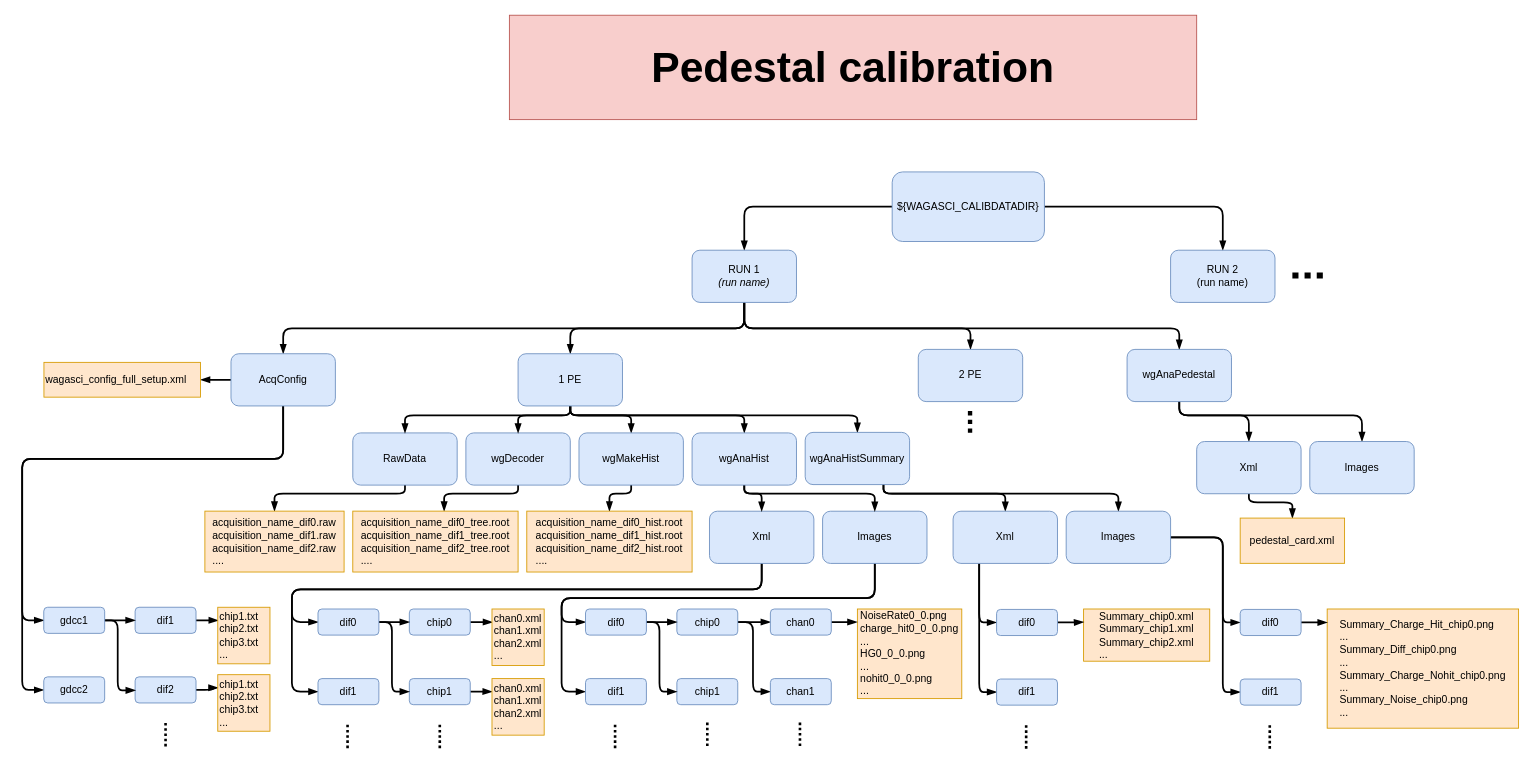
Above: page "Pedestal tree" (1 of 2) of doc/images/Folder_tree.drawio in thos91/Analysis (draw.io), before the change. Source tidied: cells renumbered, new cells numbered last; positions are measured from the earlier drawing's top-left corner, leaving out a move shared by most shapes. Both pictures are drawn from the tidied source at 87%, with x=0, y=0 at pixel (22, 15).
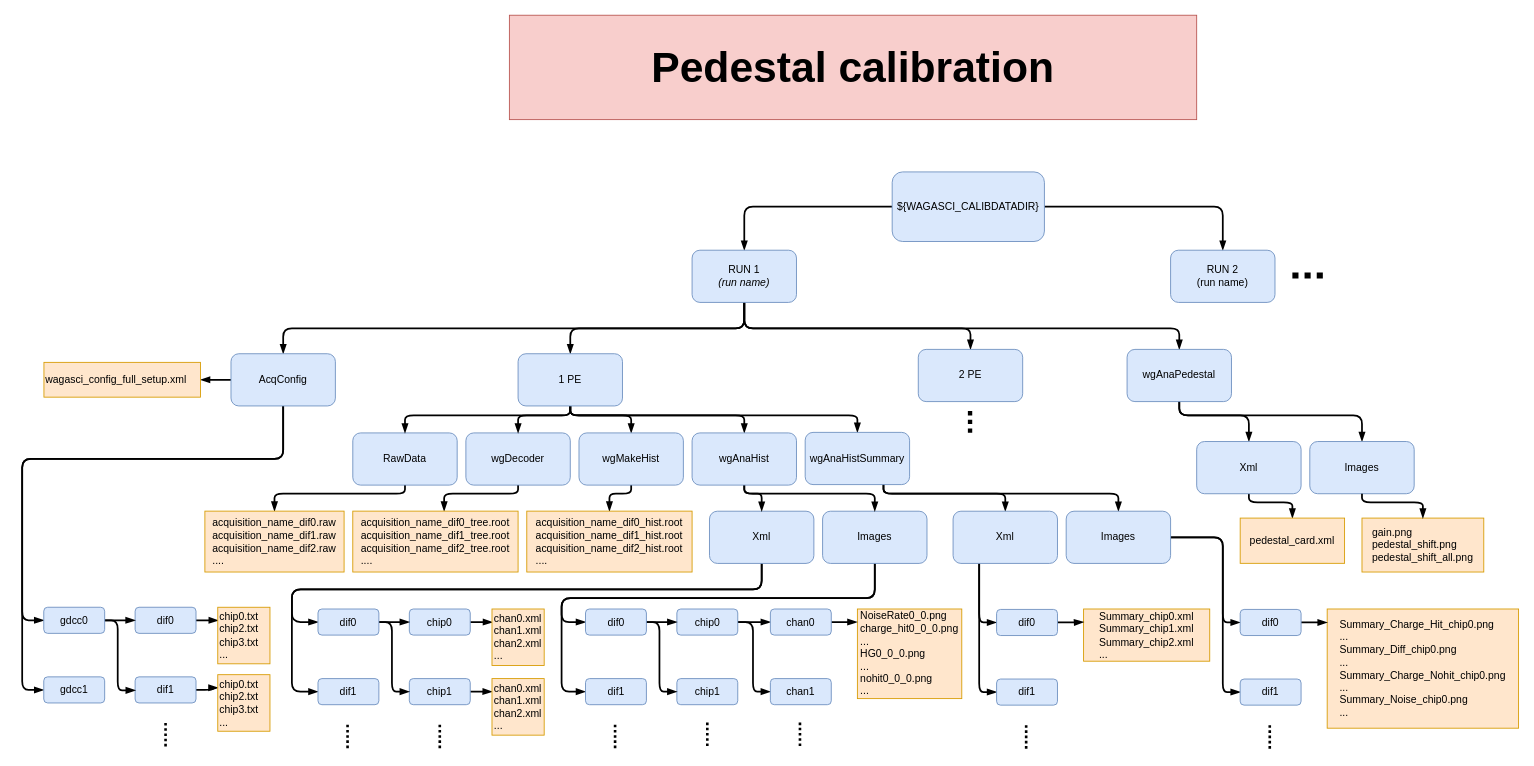
After the change.

Unchanged cells that the change refers to:
```xml
<mxCell id="49" value="Images" style="rounded=1;whiteSpace=wrap;html=1;fillColor=#dae8fc;strokeColor=#6c8ebf;" parent="1" vertex="1">
  <mxGeometry x="1480" y="490" width="120" height="60" as="geometry" />
</mxCell>
```

The edit, as a diff of the source:
```diff
@@
-    <mxCell id="97" value="dif1" style="rounded=1;whiteSpace=wrap;html=1;fillColor=#dae8fc;strokeColor=#6c8ebf;" parent="1" vertex="1">
+    <mxCell id="97" value="dif0" style="rounded=1;whiteSpace=wrap;html=1;fillColor=#dae8fc;strokeColor=#6c8ebf;" parent="1" vertex="1">
       <mxGeometry x="129.8" y="680.5" width="70" height="30" as="geometry" />
     </mxCell>
@@
-    <mxCell id="99" value="dif2" style="rounded=1;whiteSpace=wrap;html=1;fillColor=#dae8fc;strokeColor=#6c8ebf;" parent="1" vertex="1">
+    <mxCell id="99" value="dif1" style="rounded=1;whiteSpace=wrap;html=1;fillColor=#dae8fc;strokeColor=#6c8ebf;" parent="1" vertex="1">
       <mxGeometry x="129.8" y="760.5" width="70" height="30" as="geometry" />
     </mxCell>
-    <mxCell id="100" value="chip1.txt&lt;br&gt;chip2.txt&lt;br&gt;chip3.txt&lt;br&gt;..." style="rounded=0;whiteSpace=wrap;html=1;fillColor=#ffe6cc;strokeColor=#d79b00;align=left;" parent="1" vertex="1">
+    <mxCell id="100" value="chip0.txt&lt;br&gt;chip2.txt&lt;br&gt;chip3.txt&lt;br&gt;..." style="rounded=0;whiteSpace=wrap;html=1;fillColor=#ffe6cc;strokeColor=#d79b00;align=left;" parent="1" vertex="1">
       <mxGeometry x="224.8" y="680.5" width="60" height="65" as="geometry" />
     </mxCell>
-    <mxCell id="101" value="&lt;span&gt;chip1.txt&lt;/span&gt;&lt;br&gt;&lt;span&gt;chip2.txt&lt;/span&gt;&lt;br&gt;&lt;span&gt;chip3.txt&lt;/span&gt;&lt;br&gt;&lt;span&gt;...&lt;/span&gt;" style="rounded=0;whiteSpace=wrap;html=1;fillColor=#ffe6cc;strokeColor=#d79b00;align=left;" parent="1" vertex="1">
+    <mxCell id="101" value="&lt;span&gt;chip0.txt&lt;/span&gt;&lt;br&gt;&lt;span&gt;chip2.txt&lt;/span&gt;&lt;br&gt;&lt;span&gt;chip3.txt&lt;/span&gt;&lt;br&gt;&lt;span&gt;...&lt;/span&gt;" style="rounded=0;whiteSpace=wrap;html=1;fillColor=#ffe6cc;strokeColor=#d79b00;align=left;" parent="1" vertex="1">
       <mxGeometry x="224.8" y="758" width="60" height="65" as="geometry" />
     </mxCell>
@@
-    <mxCell id="105" value="gdcc1" style="rounded=1;whiteSpace=wrap;html=1;fillColor=#dae8fc;strokeColor=#6c8ebf;" parent="1" vertex="1">
+    <mxCell id="105" value="gdcc0" style="rounded=1;whiteSpace=wrap;html=1;fillColor=#dae8fc;strokeColor=#6c8ebf;" parent="1" vertex="1">
       <mxGeometry x="24.8" y="680.5" width="70" height="30" as="geometry" />
     </mxCell>
-    <mxCell id="106" value="gdcc2" style="rounded=1;whiteSpace=wrap;html=1;fillColor=#dae8fc;strokeColor=#6c8ebf;" parent="1" vertex="1">
+    <mxCell id="106" value="gdcc1" style="rounded=1;whiteSpace=wrap;html=1;fillColor=#dae8fc;strokeColor=#6c8ebf;" parent="1" vertex="1">
       <mxGeometry x="24.8" y="760.5" width="70" height="30" as="geometry" />
     </mxCell>
@@
+    <mxCell id="108" value="&lt;div style=&quot;text-align: left&quot;&gt;gain.png&lt;/div&gt;&lt;div style=&quot;text-align: left&quot;&gt;pedestal_shift.png&lt;/div&gt;&lt;div style=&quot;text-align: left&quot;&gt;pedestal_shift_all.png&lt;/div&gt;" style="rounded=0;whiteSpace=wrap;html=1;fillColor=#ffe6cc;strokeColor=#d79b00;" parent="1" vertex="1">
+      <mxGeometry x="1540" y="578" width="140" height="62" as="geometry" />
+    </mxCell>
+    <mxCell id="109" style="edgeStyle=orthogonalEdgeStyle;rounded=1;jettySize=auto;html=1;strokeWidth=2;endArrow=blockThin;endFill=1;exitX=0.5;exitY=1;exitDx=0;exitDy=0;entryX=0.5;entryY=0;entryDx=0;entryDy=0;" parent="1" edge="1" source="49" target="108">
+      <mxGeometry relative="1" as="geometry">
+        <Array as="points">
+          <mxPoint x="1540" y="560" />
+          <mxPoint x="1610" y="560" />
+        </Array>
+      </mxGeometry>
+    </mxCell>
```
